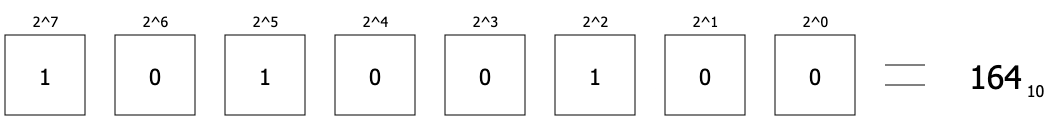
This is content/posts/quantization/int_repr.png from DWarez/dwarez.github.io, a draw.io export, as it was before one commit. Source tidied: cells renumbered, new cells last; positions are measured from the earlier drawing's top-left corner, leaving out a move shared by most shapes.
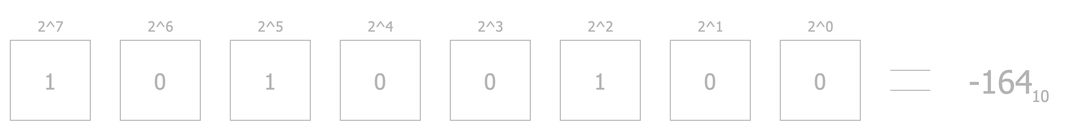
The same file after the commit.

What changed in the source:
```diff
@@ -2,76 +2,76 @@
   <root>
     <mxCell id="0" />
     <mxCell id="1" parent="0" />
-    <mxCell id="2" value="&lt;font face=&quot;Tahoma&quot; style=&quot;font-size: 22px;&quot;&gt;1&lt;/font&gt;" style="rounded=0;whiteSpace=wrap;html=1;labelBackgroundColor=default;" parent="1" vertex="1">
-      <mxGeometry y="30" width="80" height="80" as="geometry" />
-    </mxCell>
-    <mxCell id="3" value="&lt;font face=&quot;Tahoma&quot; style=&quot;font-size: 22px;&quot;&gt;0&lt;/font&gt;" style="rounded=0;whiteSpace=wrap;html=1;" parent="1" vertex="1">
-      <mxGeometry x="110" y="30" width="80" height="80" as="geometry" />
-    </mxCell>
-    <mxCell id="4" value="&lt;font style=&quot;font-size: 22px;&quot; face=&quot;Tahoma&quot;&gt;1&lt;/font&gt;" style="rounded=0;whiteSpace=wrap;html=1;" parent="1" vertex="1">
-      <mxGeometry x="220" y="30" width="80" height="80" as="geometry" />
-    </mxCell>
-    <mxCell id="5" value="&lt;font face=&quot;Tahoma&quot; style=&quot;font-size: 22px;&quot;&gt;0&lt;/font&gt;" style="rounded=0;whiteSpace=wrap;html=1;" parent="1" vertex="1">
-      <mxGeometry x="330" y="30" width="80" height="80" as="geometry" />
-    </mxCell>
-    <mxCell id="6" value="&lt;font face=&quot;Tahoma&quot; style=&quot;font-size: 22px;&quot;&gt;0&lt;/font&gt;" style="rounded=0;whiteSpace=wrap;html=1;" parent="1" vertex="1">
-      <mxGeometry x="440" y="30" width="80" height="80" as="geometry" />
-    </mxCell>
-    <mxCell id="7" value="&lt;font style=&quot;font-size: 22px;&quot; face=&quot;Tahoma&quot;&gt;1&lt;/font&gt;" style="rounded=0;whiteSpace=wrap;html=1;" parent="1" vertex="1">
-      <mxGeometry x="550" y="30" width="80" height="80" as="geometry" />
-    </mxCell>
-    <mxCell id="8" value="&lt;font face=&quot;Tahoma&quot; style=&quot;font-size: 22px;&quot;&gt;0&lt;/font&gt;" style="rounded=0;whiteSpace=wrap;html=1;" parent="1" vertex="1">
-      <mxGeometry x="660" y="30" width="80" height="80" as="geometry" />
-    </mxCell>
-    <mxCell id="9" value="&lt;font face=&quot;Tahoma&quot; style=&quot;font-size: 22px;&quot;&gt;0&lt;/font&gt;" style="rounded=0;whiteSpace=wrap;html=1;" parent="1" vertex="1">
-      <mxGeometry x="770" y="30" width="80" height="80" as="geometry" />
-    </mxCell>
+    <mxCell id="22" value="&lt;font style=&quot;font-size: 22px;&quot; face=&quot;Tahoma&quot;&gt;1&lt;/font&gt;" style="rounded=0;whiteSpace=wrap;html=1;labelBackgroundColor=none;fillColor=default;strokeColor=#B3B3B3;fontColor=#B3B3B3;" parent="1" vertex="1">
+      <mxGeometry y="30" width="80" height="80" as="geometry" />
+    </mxCell>
+    <mxCell id="23" value="&lt;font face=&quot;Tahoma&quot; style=&quot;font-size: 22px;&quot;&gt;0&lt;/font&gt;" style="rounded=0;whiteSpace=wrap;html=1;fontColor=#B3B3B3;strokeColor=#B3B3B3;" parent="1" vertex="1">
+      <mxGeometry x="110" y="30" width="80" height="80" as="geometry" />
+    </mxCell>
+    <mxCell id="24" value="&lt;font style=&quot;font-size: 22px;&quot; face=&quot;Tahoma&quot;&gt;1&lt;/font&gt;" style="rounded=0;whiteSpace=wrap;html=1;fontColor=#B3B3B3;strokeColor=#B3B3B3;" parent="1" vertex="1">
+      <mxGeometry x="220" y="30" width="80" height="80" as="geometry" />
+    </mxCell>
+    <mxCell id="25" value="&lt;font face=&quot;Tahoma&quot; style=&quot;font-size: 22px;&quot;&gt;0&lt;/font&gt;" style="rounded=0;whiteSpace=wrap;html=1;fontColor=#B3B3B3;strokeColor=#B3B3B3;" parent="1" vertex="1">
+      <mxGeometry x="330" y="30" width="80" height="80" as="geometry" />
+    </mxCell>
+    <mxCell id="26" value="&lt;font face=&quot;Tahoma&quot; style=&quot;font-size: 22px;&quot;&gt;0&lt;/font&gt;" style="rounded=0;whiteSpace=wrap;html=1;fontColor=#B3B3B3;strokeColor=#B3B3B3;" parent="1" vertex="1">
+      <mxGeometry x="440" y="30" width="80" height="80" as="geometry" />
+    </mxCell>
+    <mxCell id="27" value="&lt;font style=&quot;font-size: 22px;&quot; face=&quot;Tahoma&quot;&gt;1&lt;/font&gt;" style="rounded=0;whiteSpace=wrap;html=1;fontColor=#B3B3B3;strokeColor=#B3B3B3;" parent="1" vertex="1">
+      <mxGeometry x="550" y="30" width="80" height="80" as="geometry" />
+    </mxCell>
+    <mxCell id="28" value="&lt;font face=&quot;Tahoma&quot; style=&quot;font-size: 22px;&quot;&gt;0&lt;/font&gt;" style="rounded=0;whiteSpace=wrap;html=1;fontColor=#B3B3B3;strokeColor=#B3B3B3;" parent="1" vertex="1">
+      <mxGeometry x="660" y="30" width="80" height="80" as="geometry" />
+    </mxCell>
+    <mxCell id="29" value="&lt;font face=&quot;Tahoma&quot; style=&quot;font-size: 22px;&quot;&gt;0&lt;/font&gt;" style="rounded=0;whiteSpace=wrap;html=1;fontColor=#B3B3B3;strokeColor=#B3B3B3;" parent="1" vertex="1">
+      <mxGeometry x="770" y="30" width="80" height="80" as="geometry" />
+    </mxCell>
-    <mxCell id="10" value="2^7" style="text;html=1;align=center;verticalAlign=middle;strokeColor=none;fillColor=none;fontFamily=Tahoma;fontSize=14;" parent="1" vertex="1">
+    <mxCell id="10" value="2^7" style="text;html=1;align=center;verticalAlign=middle;strokeColor=none;fillColor=none;fontFamily=Tahoma;fontSize=14;fontColor=#B3B3B3;" parent="1" vertex="1">
       <mxGeometry x="15" width="50" height="30" as="geometry" />
     </mxCell>
-    <mxCell id="11" value="2^6" style="text;html=1;align=center;verticalAlign=middle;strokeColor=none;fillColor=none;fontFamily=Tahoma;fontSize=14;" parent="1" vertex="1">
+    <mxCell id="11" value="2^6" style="text;html=1;align=center;verticalAlign=middle;strokeColor=none;fillColor=none;fontFamily=Tahoma;fontSize=14;fontColor=#B3B3B3;" parent="1" vertex="1">
       <mxGeometry x="125" width="50" height="30" as="geometry" />
     </mxCell>
-    <mxCell id="12" value="2^5" style="text;html=1;align=center;verticalAlign=middle;strokeColor=none;fillColor=none;fontFamily=Tahoma;fontSize=14;" parent="1" vertex="1">
+    <mxCell id="12" value="2^5" style="text;html=1;align=center;verticalAlign=middle;strokeColor=none;fillColor=none;fontFamily=Tahoma;fontSize=14;fontColor=#B3B3B3;" parent="1" vertex="1">
       <mxGeometry x="235" width="50" height="30" as="geometry" />
     </mxCell>
-    <mxCell id="13" value="2^4" style="text;html=1;align=center;verticalAlign=middle;strokeColor=none;fillColor=none;fontFamily=Tahoma;fontSize=14;" parent="1" vertex="1">
+    <mxCell id="13" value="2^4" style="text;html=1;align=center;verticalAlign=middle;strokeColor=none;fillColor=none;fontFamily=Tahoma;fontSize=14;fontColor=#B3B3B3;" parent="1" vertex="1">
       <mxGeometry x="345" width="50" height="30" as="geometry" />
     </mxCell>
-    <mxCell id="14" value="2^3" style="text;html=1;align=center;verticalAlign=middle;strokeColor=none;fillColor=none;fontFamily=Tahoma;fontSize=14;" parent="1" vertex="1">
+    <mxCell id="14" value="2^3" style="text;html=1;align=center;verticalAlign=middle;strokeColor=none;fillColor=none;fontFamily=Tahoma;fontSize=14;fontColor=#B3B3B3;" parent="1" vertex="1">
       <mxGeometry x="455" width="50" height="30" as="geometry" />
     </mxCell>
-    <mxCell id="15" value="2^2" style="text;html=1;align=center;verticalAlign=middle;strokeColor=none;fillColor=none;fontFamily=Tahoma;fontSize=14;" parent="1" vertex="1">
+    <mxCell id="15" value="2^2" style="text;html=1;align=center;verticalAlign=middle;strokeColor=none;fillColor=none;fontFamily=Tahoma;fontSize=14;fontColor=#B3B3B3;" parent="1" vertex="1">
       <mxGeometry x="565" width="50" height="30" as="geometry" />
     </mxCell>
-    <mxCell id="16" value="2^1" style="text;html=1;align=center;verticalAlign=middle;strokeColor=none;fillColor=none;fontFamily=Tahoma;fontSize=14;" parent="1" vertex="1">
+    <mxCell id="16" value="2^1" style="text;html=1;align=center;verticalAlign=middle;strokeColor=none;fillColor=none;fontFamily=Tahoma;fontSize=14;fontColor=#B3B3B3;" parent="1" vertex="1">
       <mxGeometry x="675" width="50" height="30" as="geometry" />
     </mxCell>
-    <mxCell id="17" value="2^0" style="text;html=1;align=center;verticalAlign=middle;strokeColor=none;fillColor=none;fontFamily=Tahoma;fontSize=14;" parent="1" vertex="1">
+    <mxCell id="17" value="2^0" style="text;html=1;align=center;verticalAlign=middle;strokeColor=none;fillColor=none;fontFamily=Tahoma;fontSize=14;fontColor=#B3B3B3;" parent="1" vertex="1">
       <mxGeometry x="785" width="50" height="30" as="geometry" />
     </mxCell>
-    <mxCell id="18" style="endArrow=none;html=1;rounded=0;" parent="1" edge="1">
-      <mxGeometry relative="1" as="geometry">
-        <mxPoint x="880" y="60" as="sourcePoint" />
-        <mxPoint x="920" y="60" as="targetPoint" />
-        <Array as="points">
-          <mxPoint x="900" y="60" />
-        </Array>
-      </mxGeometry>
-    </mxCell>
-    <mxCell id="19" style="endArrow=none;html=1;rounded=0;" parent="1" edge="1">
-      <mxGeometry relative="1" as="geometry">
-        <mxPoint x="880" y="80" as="sourcePoint" />
-        <mxPoint x="920" y="80" as="targetPoint" />
-        <Array as="points">
-          <mxPoint x="900" y="80" />
-        </Array>
-      </mxGeometry>
-    </mxCell>
-    <mxCell id="20" value="&lt;font style=&quot;font-size: 32px;&quot; face=&quot;Tahoma&quot;&gt;164&lt;/font&gt;" style="text;html=1;align=center;verticalAlign=middle;strokeColor=none;fillColor=none;" parent="1" vertex="1">
-      <mxGeometry x="950" y="45" width="80" height="50" as="geometry" />
-    </mxCell>
+    <mxCell id="30" style="endArrow=none;html=1;rounded=0;fontColor=#B3B3B3;fillColor=#e1d5e7;strokeColor=#B3B3B3;" parent="1" edge="1">
+      <mxGeometry relative="1" as="geometry">
+        <mxPoint x="880" y="60" as="sourcePoint" />
+        <mxPoint x="920" y="60" as="targetPoint" />
+        <Array as="points">
+          <mxPoint x="900" y="60" />
+        </Array>
+      </mxGeometry>
+    </mxCell>
+    <mxCell id="31" style="endArrow=none;html=1;rounded=0;fontColor=#B3B3B3;fillColor=#e1d5e7;strokeColor=#B3B3B3;" parent="1" edge="1">
+      <mxGeometry relative="1" as="geometry">
+        <mxPoint x="880" y="80" as="sourcePoint" />
+        <mxPoint x="920" y="80" as="targetPoint" />
+        <Array as="points">
+          <mxPoint x="900" y="80" />
+        </Array>
+      </mxGeometry>
+    </mxCell>
+    <mxCell id="32" value="&lt;font style=&quot;font-size: 32px;&quot; face=&quot;Tahoma&quot;&gt;-164&lt;/font&gt;" style="text;html=1;align=center;verticalAlign=middle;strokeColor=none;fillColor=none;fontColor=#B3B3B3;" parent="1" vertex="1">
+      <mxGeometry x="945" y="45" width="90" height="50" as="geometry" />
+    </mxCell>
-    <mxCell id="21" value="10" style="text;html=1;align=center;verticalAlign=middle;strokeColor=none;fillColor=none;fontFamily=Tahoma;fontSize=16;" parent="1" vertex="1">
+    <mxCell id="21" value="10" style="text;html=1;align=center;verticalAlign=middle;strokeColor=none;fillColor=none;fontFamily=Tahoma;fontSize=16;fontColor=#B3B3B3;" parent="1" vertex="1">
       <mxGeometry x="1010" y="70" width="40" height="30" as="geometry" />
     </mxCell>
   </root>
```
